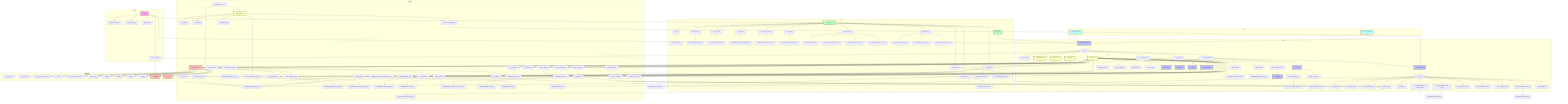
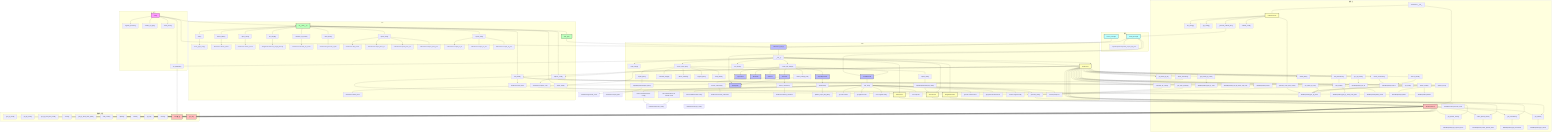
flowchart TD
    subgraph 主入口
        main["main()"] --> init_database["init_database()"]
        main --> register_services["register_services()"]
        main --> handle_cli_args["handle_cli_args()"]
        main --> show_menu["show_menu()"]
    end

    subgraph GUI
        VMTOOLPyQtApp["VMTOOLPyQtApp"] --> __init__["__init__()"]
        __init__ --> load_config["load_config()"]
        __init__ --> create_menu_bar["create_menu_bar()"]
        __init__ --> init_database
        __init__ --> DictService
        __init__ --> WeightCalculator
        __init__ --> FilterService
        __init__ --> StatsService
        __init__ --> set_theme["set_theme()"]
        __init__ --> create_tab_widget["create_tab_widget()"]

        create_menu_bar --> import_data["import_data()"]
        create_menu_bar --> export_data["export_data()"]
        create_menu_bar --> calculate_weight["calculate_weight()"]
        create_menu_bar --> detect_conflicts["detect_conflicts()"]
        create_menu_bar --> migrate_data["migrate_data()"]
        create_menu_bar --> show_about["show_about()"]

        import_data --> ImportExportTab.import_data["ImportExportTab.import_data()"]
        export_data --> ImportExportTab.export_data["ImportExportTab.export_data()"]

        create_tab_widget --> CharsTab["CharsTab"]
        create_tab_widget --> SpecialTab["SpecialTab"]
        create_tab_widget --> WordsTab["WordsTab"]
        create_tab_widget --> StatsTab["StatsTab"]
        create_tab_widget --> ImportExportTab["ImportExportTab"]
        create_tab_widget --> CodeRulesTab["CodeRulesTab"]
        create_tab_widget --> create_settings_tab["create_settings_tab()"]
        create_settings_tab --> SettingsTab["SettingsTab"]

        CharsTab --> search_characters_gui["search_characters()"]
        search_characters_gui --> DictService.search_characters

        CharsTab --> delete_character_gui["delete_character()"]
        delete_character_gui --> DictService.delete_character
+ 
+         ImportExportTab --> showEvent["showEvent()"]
+         showEvent --> update_export_full_path["update_export_full_path()"]

        CodeRulesTab --> test_rule["test_rule()"]
        test_rule --> get_rule_content["get rule content"]
        test_rule --> get_python_mode["get python mode"]
        test_rule --> save_original_config["save original config"]
        test_rule --> save_codegen_config["save CodeGenerator config"]
        test_rule --> set_temp_rule["set temp rule"]
        test_rule --> set_codegen_custom["set CodeGenerator to custom mode"]
        test_rule --> generate_code["generate_code()"]
        test_rule --> get_rule_name["get rule name from UI"]
        test_rule --> get_ui_python_mode["get python mode from UI"]
        test_rule --> restore_original_config["restore original config"]
        test_rule --> restore_codegen_config["restore CodeGenerator config"]
        test_rule --> cleanup_temp_rule["cleanup temp rule"]
    end

    subgraph CLI
        CLI_Main["cli/__main__.py"] --> main_cli["main()"]
        main_cli --> show_typer_help["show_typer_help()"]

        CLI_Main --> add_word["add_word()"]
        CLI_Main --> delete_word["delete_word()"]
        CLI_Main --> delete_batch["delete_batch()"]
        CLI_Main --> query_word["query_word()"]
        CLI_Main --> set_weight["set_weight()"]
        CLI_Main --> replace_code["replace_code()"]
        CLI_Main --> calculate_all_codes_cli["calculate_all_codes()"]
        CLI_Main --> show_stats["show_stats()"]
        CLI_Main --> import_data_cli["import_data()"]
        CLI_Main --> export_data_cli["export_data()"]
        CLI_Main --> start_gui["start_gui()"]

        add_word --> DictService.add_word
        delete_word --> DictService.delete_word
        delete_batch --> DictService.delete_words
        query_word --> DictService.search_words
        set_weight --> WeightCalculator.set_weight_directly
        replace_code --> DictService.replace_code
        calculate_all_codes_cli --> DictService.calculate_all_codes
        show_stats --> StatsService.generate_report
        import_data_cli --> DictService.add_words
        import_data_cli --> FilterService.import_from_txt
        import_data_cli --> FilterService.import_from_csv
        import_data_cli --> FilterService.import_from_json
        export_data_cli --> FilterService.export_to_txt
        export_data_cli --> FilterService.export_to_csv
        export_data_cli --> FilterService.export_to_json
        start_gui --> VMTOOLPyQtApp
    end

    subgraph 服务层
        DictService["DictService"] --> __init__["__init__()"]
        DictService.__init__ --> WordRepository
        DictService.__init__ --> CodeGenerator

        DictService --> get_word["get_word()"]
        get_word --> WordRepository.get_by_word

        DictService --> get_word_by_text["get_word_by_text()"]
        get_word_by_text --> WordRepository.get_by_word

        DictService --> get_word_by_id["get_word_by_id()"]

        DictService --> get_words_by_code["get_words_by_code()"]
        get_words_by_code --> WordRepository.get_by_code

        DictService --> get_special_chars["get_special_chars()"]
        get_special_chars --> WordRepository.get_special_chars

        DictService --> count_special_chars["count_special_chars()"]
        count_special_chars --> WordRepository.count_special_chars

        DictService --> get_characters["get_characters()"]
        get_characters --> WordRepository.get_characters

        DictService --> get_words["get_words()"]
        get_words --> WordRepository.get_words

        DictService --> add_word["add_word()"]
        add_word --> generate_code["generate_code()"]
        generate_code --> CodeGenerator.generate_code
        add_word --> WordRepository.get_by_word_and_code
        add_word --> WordRepository.create

        DictService --> add_words["add_words()"]
        add_words --> generate_code
        add_words --> WordRepository.get_by_word_code_pairs
        add_words --> WordRepository.bulk_create

        DictService --> add_characters["add_characters()"]
        add_characters --> add_words

        DictService --> update_word["update_word()"]
        update_word --> WordRepository.get_by_word
        update_word --> WordRepository.update

        DictService --> delete_word["delete_word()"]
        delete_word --> WordRepository.get_by_word
        delete_word --> WordRepository.delete

        DictService --> delete_words["delete_words()"]
        delete_words --> WordRepository.get_by_word
        delete_words --> WordRepository.delete

        DictService --> delete_character["delete_character()"]
        delete_character --> delete_word

        DictService --> delete_table["delete_table()"]

        DictService --> replace_code["replace_code()"]
        replace_code --> update_word

        DictService --> get_all_words["get_all_words()"]
        get_all_words --> WordRepository.get_all

        DictService --> search_words["search_words()"]
        search_words --> WordRepository.search

        DictService --> search_characters["search_characters()"]
        search_characters --> WordRepository.search

        DictService --> get_code_preview["get_code_preview()"]
        get_code_preview --> generate_code

        DictService --> calculate_all_codes["calculate_all_codes()"]
        calculate_all_codes --> generate_code

        WeightCalculator["WeightCalculator"] --> WordRepository
        FilterService["FilterService"] --> WordRepository
        StatsService["StatsService"] --> WordRepository

        CodeGenerator["CodeGenerator"] --> set_config["set_config()"]
        CodeGenerator --> get_config["get_config()"]
        CodeGenerator --> generate_code_from_chars["generate_code_from_chars()"]
        CodeGenerator --> _execute_custom_rule["_execute_custom_rule()"]
        CodeGenerator --> validate_code["validate_code()"]
    end

    subgraph 数据访问层
        WordRepository["WordRepository"] --> get_by_word["get_by_word()"]
        WordRepository --> get_by_code["get_by_code()"]
        WordRepository --> get_special_chars["get_special_chars()"]
        WordRepository --> count_special_chars["count_special_chars()"]
        WordRepository --> get_characters["get_characters()"]
        WordRepository --> get_words["get_words()"]
        WordRepository --> get_by_word_and_code["get_by_word_and_code()"]
        WordRepository --> create["create()"]
        WordRepository --> get_by_word_code_pairs["get_by_word_code_pairs()"]
        WordRepository --> bulk_create["bulk_create()"]
        WordRepository --> update["update()"]
        WordRepository --> delete["delete()"]
        WordRepository --> get_all["get_all()"]
        WordRepository --> search["search()"]

        WordRepository --> Word["Word模型"]
        WordRepository --> get_db["get_db()"]
        init_database --> Word
    end

    subgraph 核心
        config_manager["config_manager"] --> VMTOOLPyQtApp
        config_manager --> CodeRulesTab
+         config_manager --> ImportExportTab.update_export_full_path
+         config_manager --> SettingsTab
        theme_manager["theme_manager"] --> VMTOOLPyQtApp
    end

    main --> CLI_Main
    main --> VMTOOLPyQtApp
    test_rule --> DictService.generate_code
    set_codegen_custom --> CodeGenerator.set_config
    save_codegen_config --> CodeGenerator.get_config
    restore_codegen_config --> CodeGenerator.set_config
    generate_code_from_chars --> WordRepository.get_by_word
    _execute_custom_rule --> config_manager
+     ImportExportTab.export_data --> DictService.export_data
+     ImportExportTab.import_data --> FilterService

    classDef main fill:#f9f,stroke:#333,stroke-width:2px;
    classDef gui fill:#bbf,stroke:#333,stroke-width:2px;
    classDef cli fill:#bfb,stroke:#333,stroke-width:2px;
    classDef service fill:#ffb,stroke:#333,stroke-width:2px;
    classDef dal fill:#fbb,stroke:#333,stroke-width:2px;
    classDef core fill:#bff,stroke:#333,stroke-width:2px;

    class main main;
    class VMTOOLPyQtApp,CharsTab,SpecialTab,WordsTab,StatsTab,ImportExportTab,CodeRulesTab,SettingsTab gui;
    class CLI_Main,start_gui cli;
    class DictService,WeightCalculator,FilterService,StatsService,CodeGenerator service;
    class WordRepository,Word,get_db,dal dal;
    class config_manager,theme_manager core;